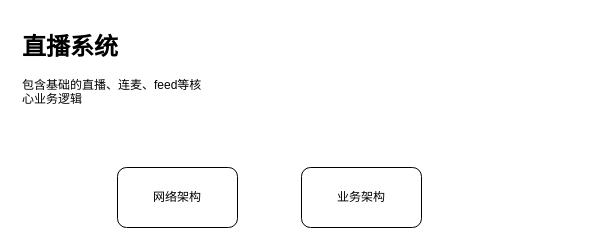
Before: page "首页" (1 of 7) of pepper/直播系统-live.drawio in wclssdn/draw.io, a draw.io diagram. Source tidied: cells renumbered, new cells numbered last; positions are measured from the earlier drawing's top-left corner, leaving out a move shared by most shapes. Both pictures are drawn from the tidied source at 100%, with x=0, y=0 at pixel (17, 27).
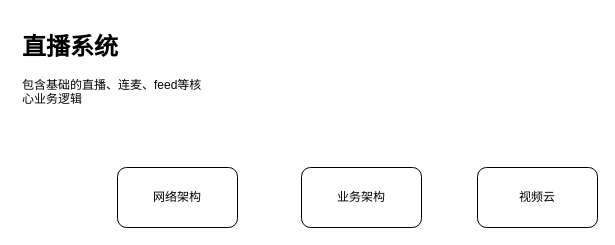
The same page after the edit.

Change to the diagram source:
```diff
@@
 <mxGraphModel>
   <root>
     <mxCell id="0" />
     <mxCell id="1" parent="0" />
     <mxCell id="2" value="&lt;h1&gt;直播系统&lt;/h1&gt;&lt;p&gt;包含基础的直播、连麦、feed等核心业务逻辑&lt;/p&gt;" style="text;html=1;strokeColor=none;fillColor=none;spacing=5;spacingTop=-20;whiteSpace=wrap;overflow=hidden;rounded=0;" parent="1" vertex="1">
       <mxGeometry width="190" height="90" as="geometry" />
     </mxCell>
     <mxCell id="3" value="网络架构" style="rounded=1;whiteSpace=wrap;html=1;hachureGap=4;" parent="1" vertex="1">
       <mxGeometry x="100" y="140" width="120" height="60" as="geometry" />
     </mxCell>
     <mxCell id="4" value="业务架构" style="rounded=1;whiteSpace=wrap;html=1;hachureGap=4;" parent="1" vertex="1">
       <mxGeometry x="284" y="140" width="120" height="60" as="geometry" />
     </mxCell>
+    <mxCell id="5" value="视频云" style="rounded=1;whiteSpace=wrap;html=1;" parent="1" vertex="1">
+      <mxGeometry x="460" y="140" width="120" height="60" as="geometry" />
+    </mxCell>
   </root>
 </mxGraphModel>
```
